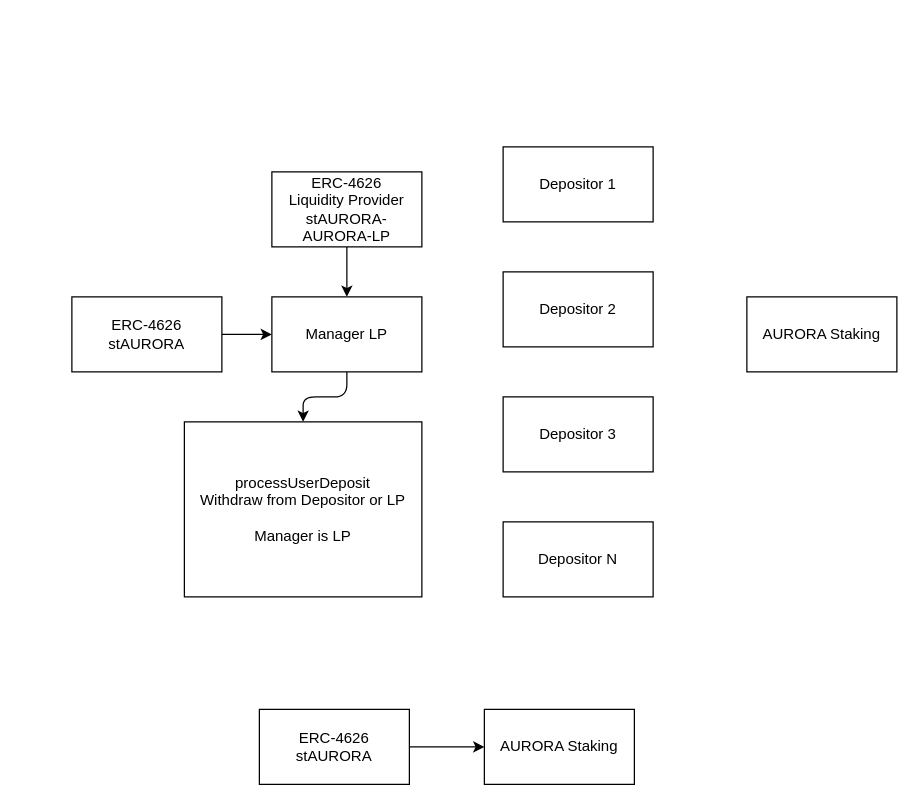
This is media/stakingAurora.drawio from Meta-Pool/staking-pool-aurora, a draw.io file, before an edit. Source tidied: cells renumbered, new cells numbered last; positions are measured from the earlier drawing's top-left corner, leaving out a move shared by most shapes. Both pictures are drawn from the tidied source at 125%, with x=0, y=0 at pixel (71, 146).
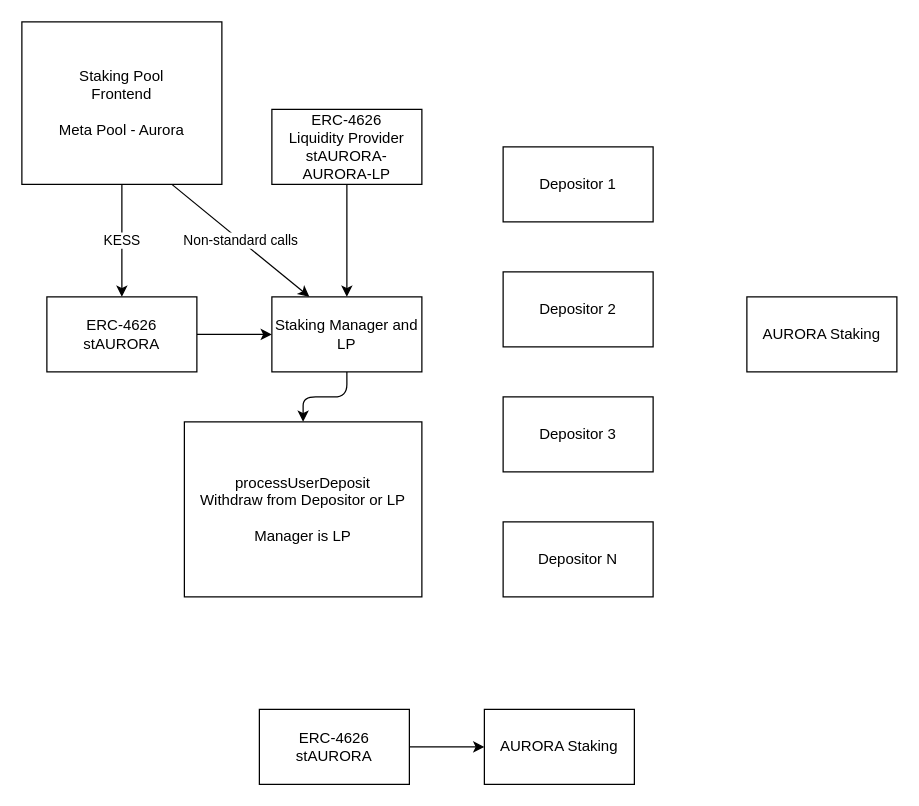
After the change.

What changed in the source:
```diff
@@
     <mxCell id="3" value="ERC-4626&lt;br&gt;stAURORA" style="whiteSpace=wrap;html=1;" parent="1" vertex="1">
-      <mxGeometry y="120" width="120" height="60" as="geometry" />
+      <mxGeometry x="-20" y="120" width="120" height="60" as="geometry" />
     </mxCell>
@@
-    <mxCell id="6" value="Manager LP&lt;br&gt;" style="whiteSpace=wrap;html=1;" parent="1" vertex="1">
+    <mxCell id="6" value="Staking Manager and LP" style="whiteSpace=wrap;html=1;" parent="1" vertex="1">
       <mxGeometry x="160" y="120" width="120" height="60" as="geometry" />
     </mxCell>
@@
     <mxCell id="12" value="ERC-4626&lt;br&gt;Liquidity Provider&lt;br&gt;stAURORA-AURORA-LP" style="whiteSpace=wrap;html=1;" parent="1" vertex="1">
-      <mxGeometry x="160" y="20" width="120" height="60" as="geometry" />
+      <mxGeometry x="160" y="-30" width="120" height="60" as="geometry" />
     </mxCell>
@@
+    <mxCell id="17" value="KESS" style="edgeStyle=none;html=1;entryX=0.5;entryY=0;entryDx=0;entryDy=0;exitX=0.5;exitY=1;exitDx=0;exitDy=0;" parent="1" edge="1" source="19" target="3">
+      <mxGeometry relative="1" as="geometry">
+        <Array as="points">
+          <mxPoint x="40" y="80" />
+        </Array>
+      </mxGeometry>
+    </mxCell>
+    <mxCell id="18" value="Non-standard calls" style="edgeStyle=none;html=1;exitX=0.75;exitY=1;exitDx=0;exitDy=0;entryX=0.25;entryY=0;entryDx=0;entryDy=0;" parent="1" edge="1" source="19" target="6">
+      <mxGeometry relative="1" as="geometry" />
+    </mxCell>
+    <mxCell id="19" value="Staking Pool&lt;br&gt;Frontend&lt;br&gt;&lt;br&gt;Meta Pool - Aurora" style="whiteSpace=wrap;html=1;" parent="1" vertex="1">
+      <mxGeometry x="-40" y="-100" width="160" height="130" as="geometry" />
+    </mxCell>
```
